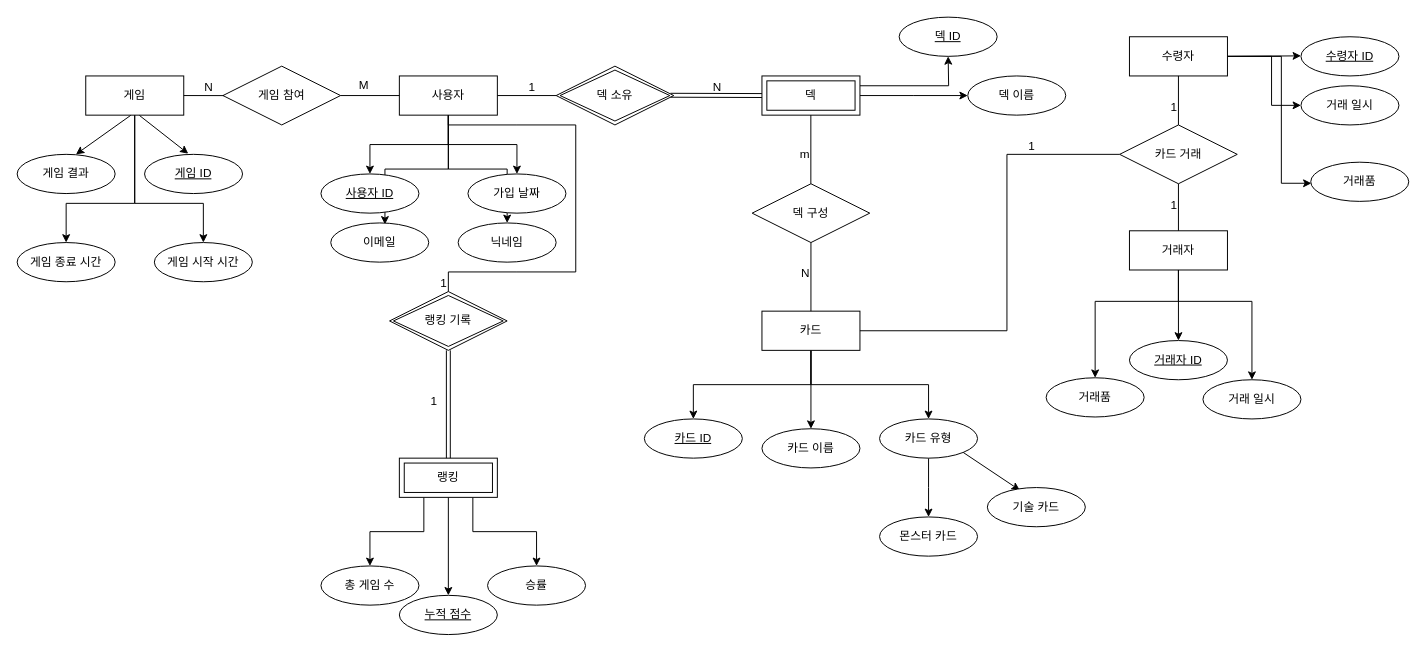
Above: 제목 없는 다이어그램.drawio in Debillman/make-a-game (draw.io), before the change. Source tidied: cells renumbered, new cells numbered last; positions are measured from the earlier drawing's top-left corner, leaving out a move shared by most shapes. Both pictures are drawn from the tidied source at 98%, with x=0, y=0 at pixel (17, 17).
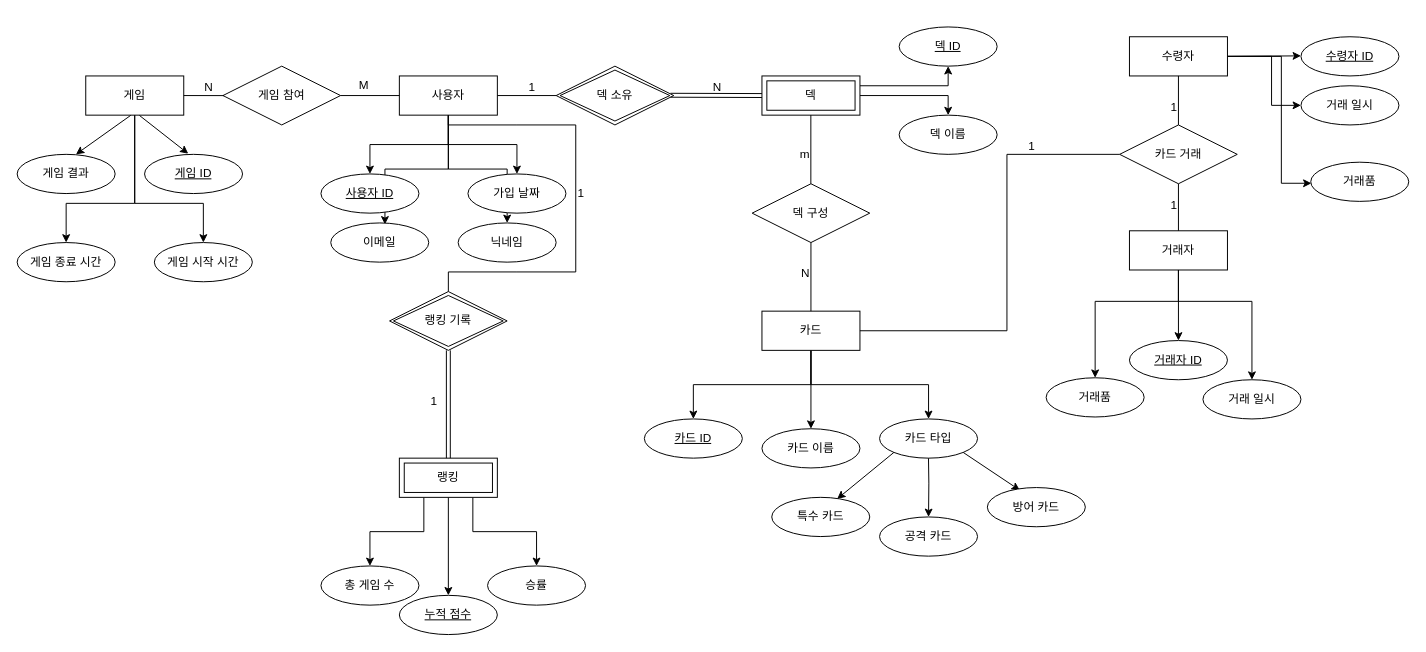
Above is the later version.

Commit message (it also covers changes not shown here):
제목 없는 다이어그램.drawio 업데이트

Unchanged cells that the change refers to:
```xml
<mxCell id="20" value="덱" style="shape=ext;margin=3;double=1;whiteSpace=wrap;html=1;align=center;" parent="1" vertex="1">
  <mxGeometry x="760" y="60" width="100" height="40" as="geometry" />
</mxCell>
<mxCell id="76" style="endArrow=none;html=1;rounded=0;exitX=0.5;exitY=1;exitDx=0;exitDy=0;entryX=0.5;entryY=0;entryDx=0;entryDy=0;" parent="1" edge="1" source="6" target="32">
  <mxGeometry relative="1" as="geometry">
    <Array as="points">
      <mxPoint x="440" y="110" />
      <mxPoint x="510" y="110" />
      <mxPoint x="570" y="110" />
      <mxPoint x="570" y="260" />
      <mxPoint x="510" y="260" />
      <mxPoint x="440" y="260" />
    </Array>
  </mxGeometry>
</mxCell>
```

What changed in the source:
```diff
@@
-    <mxCell id="18" style="edgeStyle=orthogonalEdgeStyle;rounded=0;jettySize=auto;html=1;exitX=1;exitY=0.25;exitDx=0;exitDy=0;" parent="1" edge="1" source="20">
-      <mxGeometry relative="1" as="geometry">
-        <mxPoint x="950" y="40" as="targetPoint" />
-      </mxGeometry>
+    <mxCell id="18" style="edgeStyle=orthogonalEdgeStyle;rounded=0;jettySize=auto;html=1;exitX=1;exitY=0.25;exitDx=0;exitDy=0;entryX=0.5;entryY=1;entryDx=0;entryDy=0;" parent="1" edge="1" source="20" target="26">
+      <mxGeometry relative="1" as="geometry" />
     </mxCell>
-    <mxCell id="19" style="edgeStyle=orthogonalEdgeStyle;rounded=0;jettySize=auto;html=1;exitX=1;exitY=0.5;exitDx=0;exitDy=0;" parent="1" edge="1" source="20">
-      <mxGeometry relative="1" as="geometry">
-        <mxPoint x="970" y="80" as="targetPoint" />
-      </mxGeometry>
+    <mxCell id="19" style="edgeStyle=orthogonalEdgeStyle;rounded=0;jettySize=auto;html=1;exitX=1;exitY=0.5;exitDx=0;exitDy=0;entryX=0.5;entryY=0;entryDx=0;entryDy=0;" parent="1" edge="1" source="20" target="27">
+      <mxGeometry relative="1" as="geometry" />
     </mxCell>
@@
     <mxCell id="26" value="덱 ID" style="ellipse;whiteSpace=wrap;html=1;align=center;fontStyle=4;" parent="1" vertex="1">
-      <mxGeometry x="900" width="100" height="40" as="geometry" />
+      <mxGeometry x="900" y="10" width="100" height="40" as="geometry" />
     </mxCell>
     <mxCell id="27" value="덱 이름" style="ellipse;whiteSpace=wrap;html=1;align=center;" parent="1" vertex="1">
-      <mxGeometry x="970" y="60" width="100" height="40" as="geometry" />
+      <mxGeometry x="900" y="100" width="100" height="40" as="geometry" />
     </mxCell>
@@
-    <mxCell id="35" style="edgeStyle=orthogonalEdgeStyle;rounded=0;jettySize=auto;html=1;exitX=0.5;exitY=1;exitDx=0;exitDy=0;" parent="1" edge="1" source="36">
+    <mxCell id="35" style="edgeStyle=orthogonalEdgeStyle;rounded=0;jettySize=auto;html=1;exitX=0.5;exitY=1;exitDx=0;exitDy=0;entryX=0.5;entryY=0;entryDx=0;entryDy=0;" parent="1" edge="1" target="38">
       <mxGeometry relative="1" as="geometry">
-        <mxPoint x="930" y="510" as="targetPoint" />
+        <mxPoint x="929.8" y="440" as="sourcePoint" />
       </mxGeometry>
     </mxCell>
-    <mxCell id="36" value="카드 유형" style="ellipse;whiteSpace=wrap;html=1;align=center;" parent="1" vertex="1">
+    <mxCell id="36" value="카드 타입" style="ellipse;whiteSpace=wrap;html=1;align=center;" parent="1" vertex="1">
       <mxGeometry x="880" y="410" width="100" height="40" as="geometry" />
     </mxCell>
@@
-    <mxCell id="38" value="몬스터 카드" style="ellipse;whiteSpace=wrap;html=1;align=center;" parent="1" vertex="1">
+    <mxCell id="38" value="공격 카드" style="ellipse;whiteSpace=wrap;html=1;align=center;" parent="1" vertex="1">
       <mxGeometry x="880" y="510" width="100" height="40" as="geometry" />
     </mxCell>
-    <mxCell id="39" value="기술 카드" style="ellipse;whiteSpace=wrap;html=1;align=center;" parent="1" vertex="1">
+    <mxCell id="39" value="방어 카드" style="ellipse;whiteSpace=wrap;html=1;align=center;" parent="1" vertex="1">
       <mxGeometry x="990" y="480" width="100" height="40" as="geometry" />
     </mxCell>
@@
     <mxCell id="77" value="1" style="html=1;whiteSpace=wrap;align=right;verticalAlign=bottom;" parent="76" vertex="1">
-      <mxGeometry x="1" relative="1" as="geometry" />
+      <mxGeometry x="1" relative="1" as="geometry">
+        <mxPoint x="140" y="-92" as="offset" />
+      </mxGeometry>
     </mxCell>
@@
+    <mxCell id="84" style="endArrow=classic;html=1;rounded=0;exitX=0;exitY=1;exitDx=0;exitDy=0;entryX=0.668;entryY=0.039;entryDx=0;entryDy=0;entryPerimeter=0;" parent="1" edge="1" source="36" target="85">
+      <mxGeometry relative="1" as="geometry" />
+    </mxCell>
+    <mxCell id="85" value="특수 카드" style="ellipse;whiteSpace=wrap;html=1;align=center;" parent="1" vertex="1">
+      <mxGeometry x="770" y="490" width="100" height="40" as="geometry" />
+    </mxCell>
```
